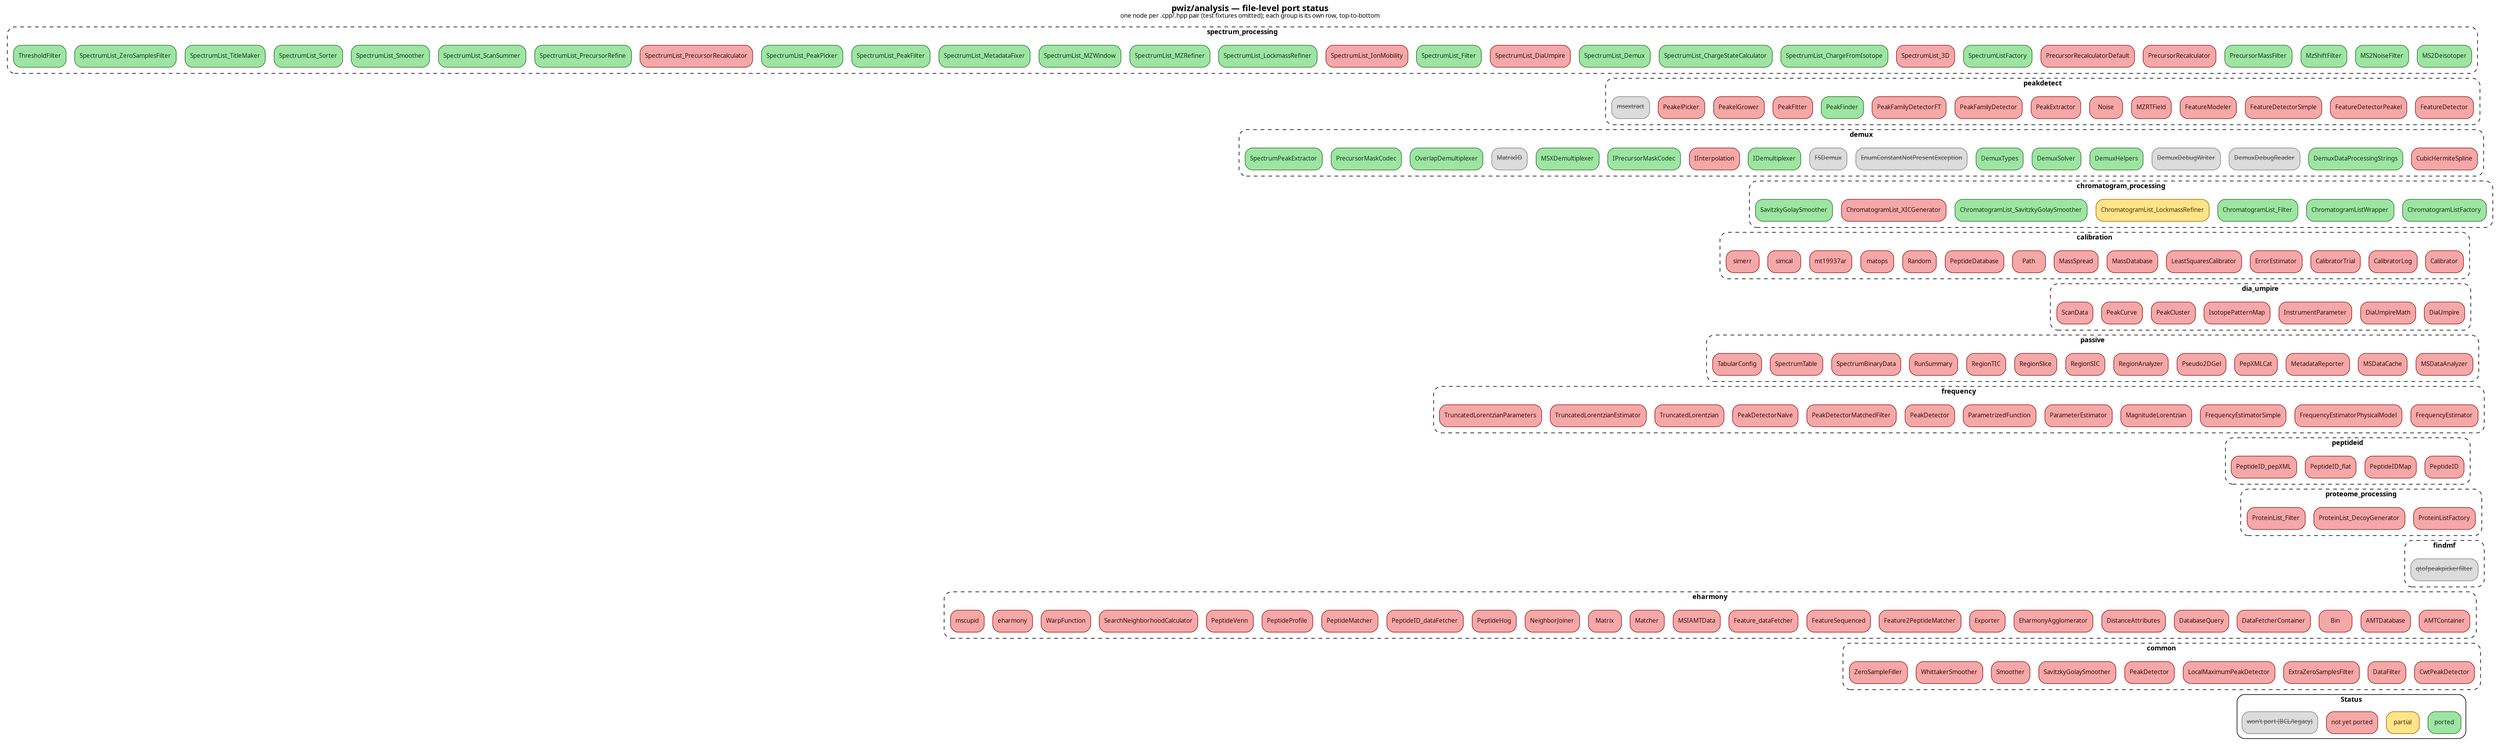
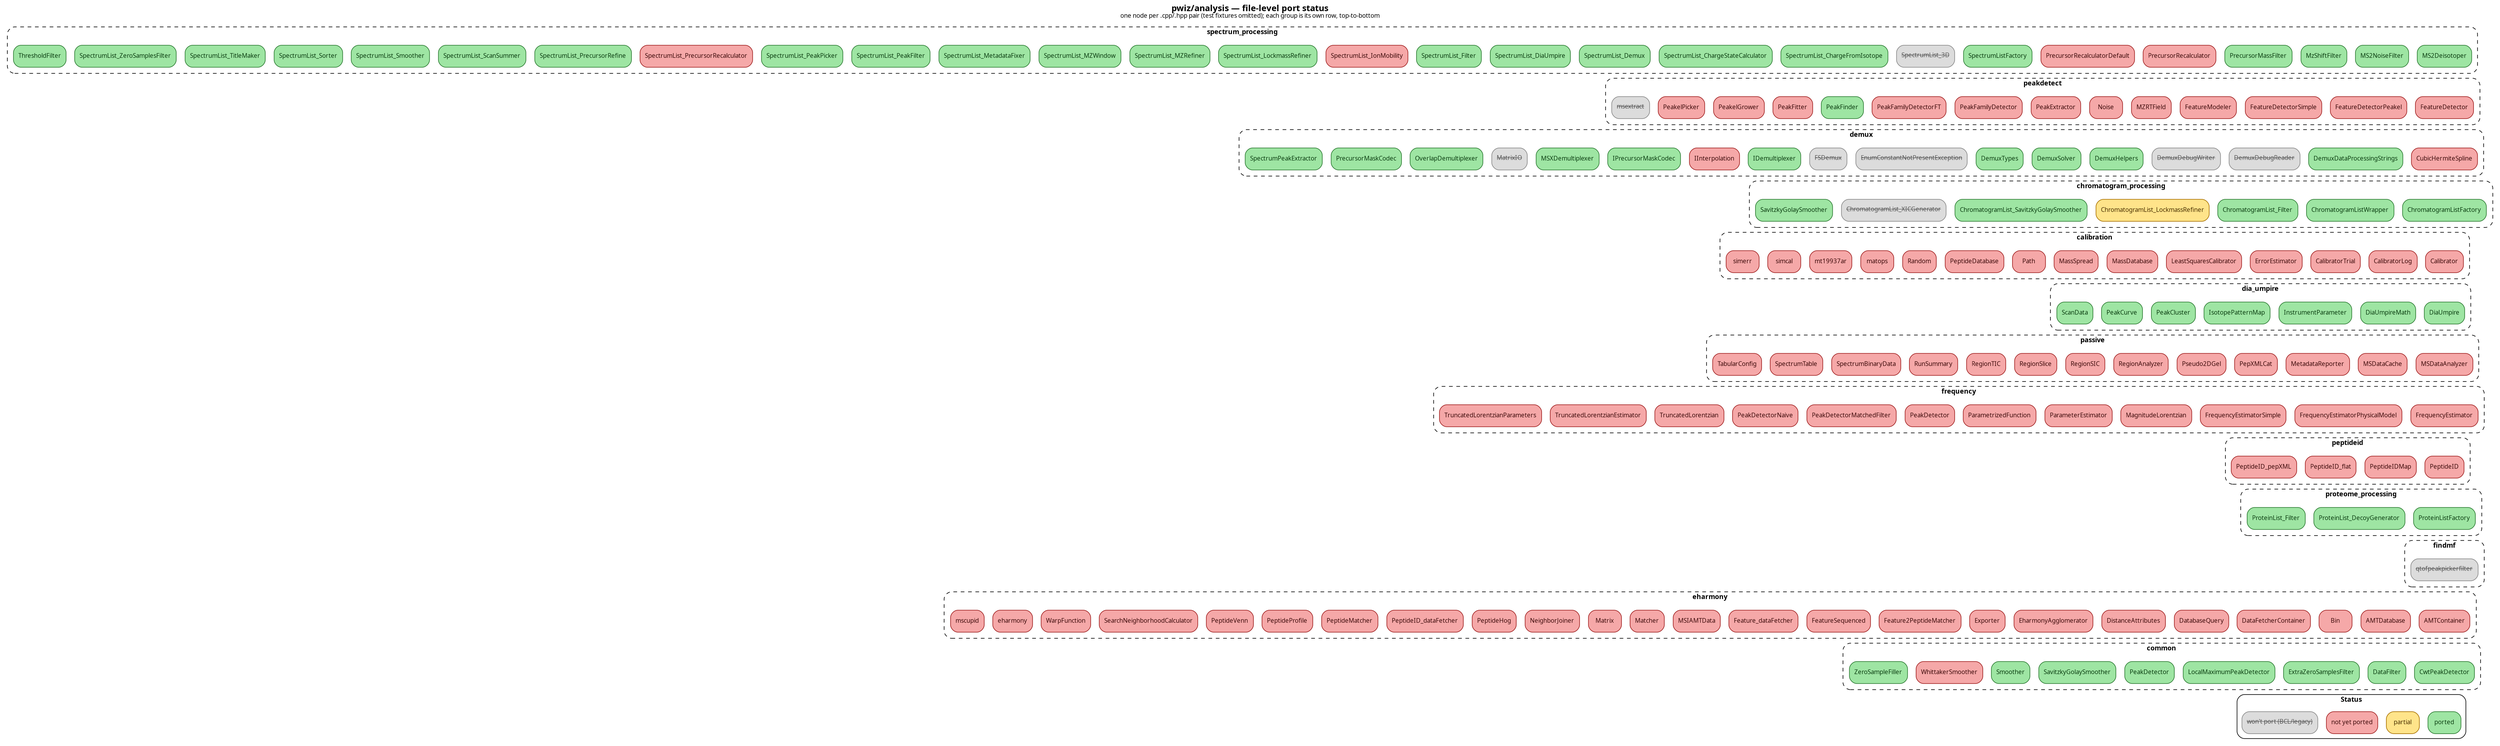
digraph pwiz_module_detail {
  rankdir=TB;
  labelloc=t;
  label=<<b>pwiz/analysis — file-level port status</b><br/><font point-size="10">one node per .cpp/.hpp pair (test fixtures omitted); each group is its own row, top-to-bottom</font>>;
  fontname="Segoe UI";
  node [shape=box, style="filled,rounded", fontname="Segoe UI", fontsize=10];
  edge [color="#444"];
  ranksep=0.6; nodesep=0.2;
  compound=true;
  newrank=true;
  splines=false;
  subgraph cluster_analysis_spectrum_processing {
    label=<<b>spectrum_processing</b>>;
    style="rounded,dashed";
    color="#888";
    fontname="Segoe UI";
    fontsize=11;
    margin=10;
    rank=same;
    n_analysis__spectrum_processing__MS2Deisotoper [label="MS2Deisotoper", fillcolor="#9ee5a3", color="#2c7a32", fontcolor="#0a3d10", tooltip="MS2 isotope-cluster deisotoper. Ported as Analysis/PeakFilters/Ms2Deisotoper.cs.", href="https://github.com/ProteoWizard/pwiz/blob/master/pwiz/analysis/spectrum_processing/MS2Deisotoper.cpp", target="_blank"];
    n_analysis__spectrum_processing__MS2NoiseFilter [label="MS2NoiseFilter", fillcolor="#9ee5a3", color="#2c7a32", fontcolor="#0a3d10", tooltip="MS2 noise-floor trimmer. Ported as Analysis/PeakFilters/Ms2NoiseFilter.cs.", href="https://github.com/ProteoWizard/pwiz/blob/master/pwiz/analysis/spectrum_processing/MS2NoiseFilter.cpp", target="_blank"];
    n_analysis__spectrum_processing__MzShiftFilter [label="MzShiftFilter", fillcolor="#9ee5a3", color="#2c7a32", fontcolor="#0a3d10", tooltip="Apply a constant m/z shift. Ported as Analysis/SpectrumListMzShift.cs.", href="https://github.com/ProteoWizard/pwiz/blob/master/pwiz/analysis/spectrum_processing/MzShiftFilter.cpp", target="_blank"];
    n_analysis__spectrum_processing__PrecursorMassFilter [label="PrecursorMassFilter", fillcolor="#9ee5a3", color="#2c7a32", fontcolor="#0a3d10", tooltip="ETD precursor / charge-reduced / neutral-loss removal. Ported as Analysis/PeakFilters/EtdPrecursorMassFilter.cs.", href="https://github.com/ProteoWizard/pwiz/blob/master/pwiz/analysis/spectrum_processing/PrecursorMassFilter.cpp", target="_blank"];
    n_analysis__spectrum_processing__PrecursorRecalculator [label="PrecursorRecalculator", fillcolor="#f5a8a8", color="#a02020", fontcolor="#3d0a0a", tooltip="Helper for SpectrumList_PrecursorRecalculator. NOT PORTED.", href="https://github.com/ProteoWizard/pwiz/blob/master/pwiz/analysis/spectrum_processing/PrecursorRecalculator.hpp", target="_blank"];
    n_analysis__spectrum_processing__PrecursorRecalculatorDefault [label="PrecursorRecalculatorDefault", fillcolor="#f5a8a8", color="#a02020", fontcolor="#3d0a0a", tooltip="Default precursor-recalc impl. NOT PORTED.", href="https://github.com/ProteoWizard/pwiz/blob/master/pwiz/analysis/spectrum_processing/PrecursorRecalculatorDefault.cpp", target="_blank"];
    n_analysis__spectrum_processing__SpectrumListFactory [label="SpectrumListFactory", fillcolor="#9ee5a3", color="#2c7a32", fontcolor="#0a3d10", tooltip="Filter-spec parser + dispatcher (\"peakPicking true 1-\", \"msLevel 1-2\", etc.).&#10;Ported as Analysis/SpectrumListFactory.cs with the full msconvert filter grammar.", href="https://github.com/ProteoWizard/pwiz/blob/master/pwiz/analysis/spectrum_processing/SpectrumListFactory.cpp", target="_blank"];
-     n_analysis__spectrum_processing__SpectrumList_3D [label="SpectrumList_3D", fillcolor="#f5a8a8", color="#a02020", fontcolor="#3d0a0a", tooltip="3D (m/z, drift-time, intensity) reshaper. NOT PORTED — niche.", href="https://github.com/ProteoWizard/pwiz/blob/master/pwiz/analysis/spectrum_processing/SpectrumList_3D.cpp", target="_blank"];
+     n_analysis__spectrum_processing__SpectrumList_3D [label=<<s>SpectrumList_3D</s>>, fillcolor="#dcdcdc", color="#888888", fontcolor="#555555", tooltip="3D (m/z, drift-time, intensity) reshaper. WON'T PORT — niche, not on the pwiz-sharp roadmap.", href="https://github.com/ProteoWizard/pwiz/blob/master/pwiz/analysis/spectrum_processing/SpectrumList_3D.cpp", target="_blank"];
    n_analysis__spectrum_processing__SpectrumList_ChargeFromIsotope [label="SpectrumList_ChargeFromIsotope", fillcolor="#9ee5a3", color="#2c7a32", fontcolor="#0a3d10", tooltip="Turbocharger — isotope-pattern precursor-charge predictor.&#10;Ported as Analysis/SpectrumList_ChargeFromIsotope.cs with cpp-bit-exact MsvcRand&#10;for pre-simulated distributions + LRU parent-spectrum cache.", href="https://github.com/ProteoWizard/pwiz/blob/master/pwiz/analysis/spectrum_processing/SpectrumList_ChargeFromIsotope.cpp", target="_blank"];
    n_analysis__spectrum_processing__SpectrumList_ChargeStateCalculator [label="SpectrumList_ChargeStateCalculator", fillcolor="#9ee5a3", color="#2c7a32", fontcolor="#0a3d10", tooltip="Heuristic precursor-charge predictor (single-vs-multi, MS1-window based).&#10;Ported as Analysis/SpectrumList_ChargeStateCalculator.cs.", href="https://github.com/ProteoWizard/pwiz/blob/master/pwiz/analysis/spectrum_processing/SpectrumList_ChargeStateCalculator.cpp", target="_blank"];
    n_analysis__spectrum_processing__SpectrumList_Demux [label="SpectrumList_Demux", fillcolor="#9ee5a3", color="#2c7a32", fontcolor="#0a3d10", tooltip="DIA/MSX demultiplexer wrapper. Ported as Analysis/SpectrumListDemux.cs.", href="https://github.com/ProteoWizard/pwiz/blob/master/pwiz/analysis/spectrum_processing/SpectrumList_Demux.cpp", target="_blank"];
-     n_analysis__spectrum_processing__SpectrumList_DiaUmpire [label="SpectrumList_DiaUmpire", fillcolor="#f5a8a8", color="#a02020", fontcolor="#3d0a0a", tooltip="DIA-Umpire MS2 deconvolution. NOT PORTED — ~10k LOC, separate research tool, no current ask.", href="https://github.com/ProteoWizard/pwiz/blob/master/pwiz/analysis/spectrum_processing/SpectrumList_DiaUmpire.cpp", target="_blank"];
+     n_analysis__spectrum_processing__SpectrumList_DiaUmpire [label="SpectrumList_DiaUmpire", fillcolor="#9ee5a3", color="#2c7a32", fontcolor="#0a3d10", tooltip="DIA-Umpire MS2 deconvolution wrapper. Ported as Analysis/DiaUmpire/SpectrumList_DiaUmpire.cs. The full DIA-Umpire algorithm (PeakCluster + PeakCurve + IsotopePatternMap + Config + DiaWindow + DiaUmpireMath + ScanData + InstrumentParameter) lives alongside it under Analysis/DiaUmpire/.", href="https://github.com/ProteoWizard/pwiz/blob/master/pwiz/analysis/spectrum_processing/SpectrumList_DiaUmpire.cpp", target="_blank"];
    n_analysis__spectrum_processing__SpectrumList_Filter [label="SpectrumList_Filter", fillcolor="#9ee5a3", color="#2c7a32", fontcolor="#0a3d10", tooltip="Generic index/scanTime/msLevel/polarity/scanNumber/id predicate filter. Ported as Analysis/SpectrumListFilter.cs.", href="https://github.com/ProteoWizard/pwiz/blob/master/pwiz/analysis/spectrum_processing/SpectrumList_Filter.cpp", target="_blank"];
-     n_analysis__spectrum_processing__SpectrumList_IonMobility [label="SpectrumList_IonMobility", fillcolor="#f5a8a8", color="#a02020", fontcolor="#3d0a0a", tooltip="Ion-mobility CCS calculator filter. NOT PORTED — needs ion-mobility model classes first.", href="https://github.com/ProteoWizard/pwiz/blob/master/pwiz/analysis/spectrum_processing/SpectrumList_IonMobility.cpp", target="_blank"];
+     n_analysis__spectrum_processing__SpectrumList_IonMobility [label="SpectrumList_IonMobility", fillcolor="#f5a8a8", color="#a02020", fontcolor="#3d0a0a", tooltip="Ion-mobility CCS calculator filter. NOT YET PORTED — needs to be ported once an ion-mobility-capable vendor reader needs it; the vendor reader implementations themselves wire in the CCS conversion.", href="https://github.com/ProteoWizard/pwiz/blob/master/pwiz/analysis/spectrum_processing/SpectrumList_IonMobility.cpp", target="_blank"];
    n_analysis__spectrum_processing__SpectrumList_LockmassRefiner [label="SpectrumList_LockmassRefiner", fillcolor="#9ee5a3", color="#2c7a32", fontcolor="#0a3d10", tooltip="Lock-mass m/z correction (Waters Q-TOF use case).&#10;Ported as Analysis/SpectrumList_LockmassRefiner.cs.", href="https://github.com/ProteoWizard/pwiz/blob/master/pwiz/analysis/spectrum_processing/SpectrumList_LockmassRefiner.cpp", target="_blank"];
    n_analysis__spectrum_processing__SpectrumList_MZRefiner [label="SpectrumList_MZRefiner", fillcolor="#9ee5a3", color="#2c7a32", fontcolor="#0a3d10", tooltip="External-search-result-driven m/z recalibration (mzRefiner filter).&#10;Ported as Analysis/SpectrumList_MZRefiner.cs with full cpp parity (7+ stat passes,&#10;polynomial / shift-only / global / per-scan refinement modes).", href="https://github.com/ProteoWizard/pwiz/blob/master/pwiz/analysis/spectrum_processing/SpectrumList_MZRefiner.cpp", target="_blank"];
    n_analysis__spectrum_processing__SpectrumList_MZWindow [label="SpectrumList_MZWindow", fillcolor="#9ee5a3", color="#2c7a32", fontcolor="#0a3d10", tooltip="m/z range window filter. Ported as Analysis/SpectrumListMzWindow.cs.", href="https://github.com/ProteoWizard/pwiz/blob/master/pwiz/analysis/spectrum_processing/SpectrumList_MZWindow.cpp", target="_blank"];
    n_analysis__spectrum_processing__SpectrumList_MetadataFixer [label="SpectrumList_MetadataFixer", fillcolor="#9ee5a3", color="#2c7a32", fontcolor="#0a3d10", tooltip="Re-derive BPI / TIC / scanWindow from peaks. Ported as Analysis/SpectrumListMetadataFixer.cs.", href="https://github.com/ProteoWizard/pwiz/blob/master/pwiz/analysis/spectrum_processing/SpectrumList_MetadataFixer.cpp", target="_blank"];
    n_analysis__spectrum_processing__SpectrumList_PeakFilter [label="SpectrumList_PeakFilter", fillcolor="#9ee5a3", color="#2c7a32", fontcolor="#0a3d10", tooltip="Framework for per-spectrum peak filters (ETD precursor / charge-reduced / neutral-loss). Ported as Analysis/PeakFilters/.", href="https://github.com/ProteoWizard/pwiz/blob/master/pwiz/analysis/spectrum_processing/SpectrumList_PeakFilter.cpp", target="_blank"];
    n_analysis__spectrum_processing__SpectrumList_PeakPicker [label="SpectrumList_PeakPicker", fillcolor="#9ee5a3", color="#2c7a32", fontcolor="#0a3d10", tooltip="Vendor + CWT + local-maximum centroider. Ported as Analysis/SpectrumList_PeakPicker.cs + Analysis/PeakPicking/CwtPeakDetector.cs.", href="https://github.com/ProteoWizard/pwiz/blob/master/pwiz/analysis/spectrum_processing/SpectrumList_PeakPicker.cpp", target="_blank"];
    n_analysis__spectrum_processing__SpectrumList_PrecursorRecalculator [label="SpectrumList_PrecursorRecalculator", fillcolor="#f5a8a8", color="#a02020", fontcolor="#3d0a0a", tooltip="Re-derive precursor m/z from MS1 (older approach than PrecursorRefine). NOT PORTED — superseded.", href="https://github.com/ProteoWizard/pwiz/blob/master/pwiz/analysis/spectrum_processing/SpectrumList_PrecursorRecalculator.cpp", target="_blank"];
    n_analysis__spectrum_processing__SpectrumList_PrecursorRefine [label="SpectrumList_PrecursorRefine", fillcolor="#9ee5a3", color="#2c7a32", fontcolor="#0a3d10", tooltip="Re-derive precursor m/z from peak-fitted MS1. Ported as Analysis/SpectrumList_PrecursorRefine.cs.", href="https://github.com/ProteoWizard/pwiz/blob/master/pwiz/analysis/spectrum_processing/SpectrumList_PrecursorRefine.cpp", target="_blank"];
    n_analysis__spectrum_processing__SpectrumList_ScanSummer [label="SpectrumList_ScanSummer", fillcolor="#9ee5a3", color="#2c7a32", fontcolor="#0a3d10", tooltip="Sum adjacent scans by retention time. Ported as Analysis/SpectrumListScanSummer.cs.", href="https://github.com/ProteoWizard/pwiz/blob/master/pwiz/analysis/spectrum_processing/SpectrumList_ScanSummer.cpp", target="_blank"];
    n_analysis__spectrum_processing__SpectrumList_Smoother [label="SpectrumList_Smoother", fillcolor="#9ee5a3", color="#2c7a32", fontcolor="#0a3d10", tooltip="Savitzky-Golay smoother. Ported as Analysis/SpectrumList_Smoother.cs.", href="https://github.com/ProteoWizard/pwiz/blob/master/pwiz/analysis/spectrum_processing/SpectrumList_Smoother.cpp", target="_blank"];
    n_analysis__spectrum_processing__SpectrumList_Sorter [label="SpectrumList_Sorter", fillcolor="#9ee5a3", color="#2c7a32", fontcolor="#0a3d10", tooltip="Re-sort spectra by scanTime / scanNumber / ID. Ported as Analysis/SpectrumListSorter.cs.", href="https://github.com/ProteoWizard/pwiz/blob/master/pwiz/analysis/spectrum_processing/SpectrumList_Sorter.cpp", target="_blank"];
    n_analysis__spectrum_processing__SpectrumList_TitleMaker [label="SpectrumList_TitleMaker", fillcolor="#9ee5a3", color="#2c7a32", fontcolor="#0a3d10", tooltip="TPP-compatible spectrum-title templater. Ported as Analysis/SpectrumListTitleMaker.cs.", href="https://github.com/ProteoWizard/pwiz/blob/master/pwiz/analysis/spectrum_processing/SpectrumList_TitleMaker.cpp", target="_blank"];
    n_analysis__spectrum_processing__SpectrumList_ZeroSamplesFilter [label="SpectrumList_ZeroSamplesFilter", fillcolor="#9ee5a3", color="#2c7a32", fontcolor="#0a3d10", tooltip="Insert / remove zero-intensity samples around profile peaks. Ported as Analysis/SpectrumListZeroSamplesFilter.cs.", href="https://github.com/ProteoWizard/pwiz/blob/master/pwiz/analysis/spectrum_processing/SpectrumList_ZeroSamplesFilter.cpp", target="_blank"];
    n_analysis__spectrum_processing__ThresholdFilter [label="ThresholdFilter", fillcolor="#9ee5a3", color="#2c7a32", fontcolor="#0a3d10", tooltip="Per-spectrum intensity thresholder (count / count-after-ties / absolute / bpi-relative /&#10;tic-relative / tic-cutoff). Ported as Analysis/ThresholdFilter.cs.", href="https://github.com/ProteoWizard/pwiz/blob/master/pwiz/analysis/spectrum_processing/ThresholdFilter.cpp", target="_blank"];
    n_analysis__spectrum_processing__MS2Deisotoper -> n_analysis__spectrum_processing__MS2NoiseFilter -> n_analysis__spectrum_processing__MzShiftFilter -> n_analysis__spectrum_processing__PrecursorMassFilter -> n_analysis__spectrum_processing__PrecursorRecalculator -> n_analysis__spectrum_processing__PrecursorRecalculatorDefault -> n_analysis__spectrum_processing__SpectrumListFactory -> n_analysis__spectrum_processing__SpectrumList_3D -> n_analysis__spectrum_processing__SpectrumList_ChargeFromIsotope -> n_analysis__spectrum_processing__SpectrumList_ChargeStateCalculator -> n_analysis__spectrum_processing__SpectrumList_Demux -> n_analysis__spectrum_processing__SpectrumList_DiaUmpire -> n_analysis__spectrum_processing__SpectrumList_Filter -> n_analysis__spectrum_processing__SpectrumList_IonMobility -> n_analysis__spectrum_processing__SpectrumList_LockmassRefiner -> n_analysis__spectrum_processing__SpectrumList_MZRefiner -> n_analysis__spectrum_processing__SpectrumList_MZWindow -> n_analysis__spectrum_processing__SpectrumList_MetadataFixer -> n_analysis__spectrum_processing__SpectrumList_PeakFilter -> n_analysis__spectrum_processing__SpectrumList_PeakPicker -> n_analysis__spectrum_processing__SpectrumList_PrecursorRecalculator -> n_analysis__spectrum_processing__SpectrumList_PrecursorRefine -> n_analysis__spectrum_processing__SpectrumList_ScanSummer -> n_analysis__spectrum_processing__SpectrumList_Smoother -> n_analysis__spectrum_processing__SpectrumList_Sorter -> n_analysis__spectrum_processing__SpectrumList_TitleMaker -> n_analysis__spectrum_processing__SpectrumList_ZeroSamplesFilter -> n_analysis__spectrum_processing__ThresholdFilter [style=invis, constraint=false];
  }
  subgraph cluster_analysis_peakdetect {
    label=<<b>peakdetect</b>>;
    style="rounded,dashed";
    color="#888";
    fontname="Segoe UI";
    fontsize=11;
    margin=10;
    rank=same;
    n_analysis__peakdetect__FeatureDetector [label="FeatureDetector", fillcolor="#f5a8a8", color="#a02020", fontcolor="#3d0a0a", tooltip="MS1 feature (peakel) detector. NOT PORTED — research module.", href="https://github.com/ProteoWizard/pwiz/blob/master/pwiz/analysis/peakdetect/FeatureDetector.hpp", target="_blank"];
    n_analysis__peakdetect__FeatureDetectorPeakel [label="FeatureDetectorPeakel", fillcolor="#f5a8a8", color="#a02020", fontcolor="#3d0a0a", tooltip="Peakel-based feature detector. NOT PORTED.", href="https://github.com/ProteoWizard/pwiz/blob/master/pwiz/analysis/peakdetect/FeatureDetectorPeakel.cpp", target="_blank"];
    n_analysis__peakdetect__FeatureDetectorSimple [label="FeatureDetectorSimple", fillcolor="#f5a8a8", color="#a02020", fontcolor="#3d0a0a", tooltip="Greedy feature detector. NOT PORTED.", href="https://github.com/ProteoWizard/pwiz/blob/master/pwiz/analysis/peakdetect/FeatureDetectorSimple.cpp", target="_blank"];
    n_analysis__peakdetect__FeatureModeler [label="FeatureModeler", fillcolor="#f5a8a8", color="#a02020", fontcolor="#3d0a0a", tooltip="Gaussian-mixture model fitter for features. NOT PORTED.", href="https://github.com/ProteoWizard/pwiz/blob/master/pwiz/analysis/peakdetect/FeatureModeler.cpp", target="_blank"];
    n_analysis__peakdetect__MZRTField [label="MZRTField", fillcolor="#f5a8a8", color="#a02020", fontcolor="#3d0a0a", tooltip="(m/z, rt) coordinate type. NOT PORTED.", href="https://github.com/ProteoWizard/pwiz/blob/master/pwiz/analysis/peakdetect/MZRTField.cpp", target="_blank"];
    n_analysis__peakdetect__Noise [label="Noise", fillcolor="#f5a8a8", color="#a02020", fontcolor="#3d0a0a", tooltip="Noise estimation utilities. NOT PORTED.", href="https://github.com/ProteoWizard/pwiz/blob/master/pwiz/analysis/peakdetect/Noise.cpp", target="_blank"];
    n_analysis__peakdetect__PeakExtractor [label="PeakExtractor", fillcolor="#f5a8a8", color="#a02020", fontcolor="#3d0a0a", tooltip="Extract peaks above a noise floor (feature-detector helper). NOT PORTED.", href="https://github.com/ProteoWizard/pwiz/blob/master/pwiz/analysis/peakdetect/PeakExtractor.cpp", target="_blank"];
    n_analysis__peakdetect__PeakFamilyDetector [label="PeakFamilyDetector", fillcolor="#f5a8a8", color="#a02020", fontcolor="#3d0a0a", tooltip="Charge-state-aware peak family grouping. NOT PORTED.", href="https://github.com/ProteoWizard/pwiz/blob/master/pwiz/analysis/peakdetect/PeakFamilyDetector.cpp", target="_blank"];
    n_analysis__peakdetect__PeakFamilyDetectorFT [label="PeakFamilyDetectorFT", fillcolor="#f5a8a8", color="#a02020", fontcolor="#3d0a0a", tooltip="FT-MS-specific peak family detector. NOT PORTED.", href="https://github.com/ProteoWizard/pwiz/blob/master/pwiz/analysis/peakdetect/PeakFamilyDetectorFT.cpp", target="_blank"];
    n_analysis__peakdetect__PeakFinder [label="PeakFinder", fillcolor="#9ee5a3", color="#2c7a32", fontcolor="#0a3d10", tooltip="IPeakDetector + CwtPeakDetector + LocalMaximumPeakDetector.&#10;Ported as Analysis/PeakPicking/IPeakDetector.cs + CwtPeakDetector.cs +&#10;LocalMaximumPeakDetector.cs. Reference test fixtures (CwtPeakDetectorReferenceTests)&#10;run cpp-generated peak data through the C# port for parity.", href="https://github.com/ProteoWizard/pwiz/blob/master/pwiz/analysis/peakdetect/PeakFinder.cpp", target="_blank"];
    n_analysis__peakdetect__PeakFitter [label="PeakFitter", fillcolor="#f5a8a8", color="#a02020", fontcolor="#3d0a0a", tooltip="Per-peak Gaussian/parabola fit. NOT PORTED — only feature-detector consumers use it.", href="https://github.com/ProteoWizard/pwiz/blob/master/pwiz/analysis/peakdetect/PeakFitter.cpp", target="_blank"];
    n_analysis__peakdetect__PeakelGrower [label="PeakelGrower", fillcolor="#f5a8a8", color="#a02020", fontcolor="#3d0a0a", tooltip="Time-extension of MS1 peaks across scans. NOT PORTED.", href="https://github.com/ProteoWizard/pwiz/blob/master/pwiz/analysis/peakdetect/PeakelGrower.cpp", target="_blank"];
    n_analysis__peakdetect__PeakelPicker [label="PeakelPicker", fillcolor="#f5a8a8", color="#a02020", fontcolor="#3d0a0a", tooltip="Peakel selection from candidate set. NOT PORTED.", href="https://github.com/ProteoWizard/pwiz/blob/master/pwiz/analysis/peakdetect/PeakelPicker.cpp", target="_blank"];
    n_analysis__peakdetect__msextract [label=<<s>msextract</s>>, fillcolor="#dcdcdc", color="#888888", fontcolor="#555555", tooltip="CLI driver. SKIPPED.", href="https://github.com/ProteoWizard/pwiz/blob/master/pwiz/analysis/peakdetect/msextract.cpp", target="_blank"];
    n_analysis__peakdetect__FeatureDetector -> n_analysis__peakdetect__FeatureDetectorPeakel -> n_analysis__peakdetect__FeatureDetectorSimple -> n_analysis__peakdetect__FeatureModeler -> n_analysis__peakdetect__MZRTField -> n_analysis__peakdetect__Noise -> n_analysis__peakdetect__PeakExtractor -> n_analysis__peakdetect__PeakFamilyDetector -> n_analysis__peakdetect__PeakFamilyDetectorFT -> n_analysis__peakdetect__PeakFinder -> n_analysis__peakdetect__PeakFitter -> n_analysis__peakdetect__PeakelGrower -> n_analysis__peakdetect__PeakelPicker -> n_analysis__peakdetect__msextract [style=invis, constraint=false];
  }
  subgraph cluster_analysis_demux {
    label=<<b>demux</b>>;
    style="rounded,dashed";
    color="#888";
    fontname="Segoe UI";
    fontsize=11;
    margin=10;
    rank=same;
    n_analysis__demux__CubicHermiteSpline [label="CubicHermiteSpline", fillcolor="#f5a8a8", color="#a02020", fontcolor="#3d0a0a", tooltip="Cubic Hermite interpolation. NOT PORTED — no current consumer in the demux path.", href="https://github.com/ProteoWizard/pwiz/blob/master/pwiz/analysis/demux/CubicHermiteSpline.cpp", target="_blank"];
    n_analysis__demux__DemuxDataProcessingStrings [label="DemuxDataProcessingStrings", fillcolor="#9ee5a3", color="#2c7a32", fontcolor="#0a3d10", tooltip="String constants for DataProcessing entries. Ported inline into DemuxHelpers.cs.", href="https://github.com/ProteoWizard/pwiz/blob/master/pwiz/analysis/demux/DemuxDataProcessingStrings.hpp", target="_blank"];
    n_analysis__demux__DemuxDebugReader [label=<<s>DemuxDebugReader</s>>, fillcolor="#dcdcdc", color="#888888", fontcolor="#555555", tooltip="Debug snapshot reader. SKIPPED.", href="https://github.com/ProteoWizard/pwiz/blob/master/pwiz/analysis/demux/DemuxDebugReader.cpp", target="_blank"];
    n_analysis__demux__DemuxDebugWriter [label=<<s>DemuxDebugWriter</s>>, fillcolor="#dcdcdc", color="#888888", fontcolor="#555555", tooltip="Debug snapshot writer. SKIPPED.", href="https://github.com/ProteoWizard/pwiz/blob/master/pwiz/analysis/demux/DemuxDebugWriter.cpp", target="_blank"];
    n_analysis__demux__DemuxHelpers [label="DemuxHelpers", fillcolor="#9ee5a3", color="#2c7a32", fontcolor="#0a3d10", tooltip="Helper functions for demux scoring/sorting. Ported as Analysis/Demux/DemuxHelpers.cs.", href="https://github.com/ProteoWizard/pwiz/blob/master/pwiz/analysis/demux/DemuxHelpers.cpp", target="_blank"];
    n_analysis__demux__DemuxSolver [label="DemuxSolver", fillcolor="#9ee5a3", color="#2c7a32", fontcolor="#0a3d10", tooltip="Non-negative least-squares (NNLS) solver for DIA demultiplexing.&#10;Ported as Analysis/Demux/DemuxSolver.cs + Nnls.cs (~200 LOC; cpp-bit-equivalent&#10;active-set solver). Optimized with span-based memory access for 4-8x speedup vs&#10;naïve port.", href="https://github.com/ProteoWizard/pwiz/blob/master/pwiz/analysis/demux/DemuxSolver.cpp", target="_blank"];
    n_analysis__demux__DemuxTypes [label="DemuxTypes", fillcolor="#9ee5a3", color="#2c7a32", fontcolor="#0a3d10", tooltip="Common demux types (DemuxWindow, DemuxIsolationWindow). Folded into Analysis/Demux/PrecursorMaskCodec.cs.", href="https://github.com/ProteoWizard/pwiz/blob/master/pwiz/analysis/demux/DemuxTypes.hpp", target="_blank"];
    n_analysis__demux__EnumConstantNotPresentException [label=<<s>EnumConstantNotPresentException</s>>, fillcolor="#dcdcdc", color="#888888", fontcolor="#555555", tooltip="Trivial exception type. SKIPPED.", href="https://github.com/ProteoWizard/pwiz/blob/master/pwiz/analysis/demux/EnumConstantNotPresentException.hpp", target="_blank"];
    n_analysis__demux__FSDemux [label=<<s>FSDemux</s>>, fillcolor="#dcdcdc", color="#888888", fontcolor="#555555", tooltip="Filesystem-backed demux debug mode. SKIPPED.", href="https://github.com/ProteoWizard/pwiz/blob/master/pwiz/analysis/demux/FSDemux.cpp", target="_blank"];
    n_analysis__demux__IDemultiplexer [label="IDemultiplexer", fillcolor="#9ee5a3", color="#2c7a32", fontcolor="#0a3d10", tooltip="IDemultiplexer interface. Ported as Analysis/Demux/IDemultiplexer.cs.", href="https://github.com/ProteoWizard/pwiz/blob/master/pwiz/analysis/demux/IDemultiplexer.hpp", target="_blank"];
    n_analysis__demux__IInterpolation [label="IInterpolation", fillcolor="#f5a8a8", color="#a02020", fontcolor="#3d0a0a", tooltip="Generic interpolator interface. NOT PORTED.", href="https://github.com/ProteoWizard/pwiz/blob/master/pwiz/analysis/demux/IInterpolation.hpp", target="_blank"];
    n_analysis__demux__IPrecursorMaskCodec [label="IPrecursorMaskCodec", fillcolor="#9ee5a3", color="#2c7a32", fontcolor="#0a3d10", tooltip="Header-only interface. Subsumed by PrecursorMaskCodec.cs.", href="https://github.com/ProteoWizard/pwiz/blob/master/pwiz/analysis/demux/IPrecursorMaskCodec.hpp", target="_blank"];
    n_analysis__demux__MSXDemultiplexer [label="MSXDemultiplexer", fillcolor="#9ee5a3", color="#2c7a32", fontcolor="#0a3d10", tooltip="MSX demultiplexer (Thermo MS2 multiplexing). Ported as Analysis/Demux/MsxDemultiplexer.cs.", href="https://github.com/ProteoWizard/pwiz/blob/master/pwiz/analysis/demux/MSXDemultiplexer.cpp", target="_blank"];
    n_analysis__demux__MatrixIO [label=<<s>MatrixIO</s>>, fillcolor="#dcdcdc", color="#888888", fontcolor="#555555", tooltip="Eigen matrix I/O for debug snapshots. SKIPPED.", href="https://github.com/ProteoWizard/pwiz/blob/master/pwiz/analysis/demux/MatrixIO.cpp", target="_blank"];
    n_analysis__demux__OverlapDemultiplexer [label="OverlapDemultiplexer", fillcolor="#9ee5a3", color="#2c7a32", fontcolor="#0a3d10", tooltip="Overlapping-window DIA demultiplexer. Ported as Analysis/Demux/OverlapDemultiplexer.cs.", href="https://github.com/ProteoWizard/pwiz/blob/master/pwiz/analysis/demux/OverlapDemultiplexer.cpp", target="_blank"];
    n_analysis__demux__PrecursorMaskCodec [label="PrecursorMaskCodec", fillcolor="#9ee5a3", color="#2c7a32", fontcolor="#0a3d10", tooltip="Precursor-window indexing codec. Ported as Analysis/Demux/PrecursorMaskCodec.cs.", href="https://github.com/ProteoWizard/pwiz/blob/master/pwiz/analysis/demux/PrecursorMaskCodec.cpp", target="_blank"];
    n_analysis__demux__SpectrumPeakExtractor [label="SpectrumPeakExtractor", fillcolor="#9ee5a3", color="#2c7a32", fontcolor="#0a3d10", tooltip="Per-scan peak extractor for demux input. Ported as Analysis/Demux/SpectrumPeakExtractor.cs.", href="https://github.com/ProteoWizard/pwiz/blob/master/pwiz/analysis/demux/SpectrumPeakExtractor.cpp", target="_blank"];
    n_analysis__demux__CubicHermiteSpline -> n_analysis__demux__DemuxDataProcessingStrings -> n_analysis__demux__DemuxDebugReader -> n_analysis__demux__DemuxDebugWriter -> n_analysis__demux__DemuxHelpers -> n_analysis__demux__DemuxSolver -> n_analysis__demux__DemuxTypes -> n_analysis__demux__EnumConstantNotPresentException -> n_analysis__demux__FSDemux -> n_analysis__demux__IDemultiplexer -> n_analysis__demux__IInterpolation -> n_analysis__demux__IPrecursorMaskCodec -> n_analysis__demux__MSXDemultiplexer -> n_analysis__demux__MatrixIO -> n_analysis__demux__OverlapDemultiplexer -> n_analysis__demux__PrecursorMaskCodec -> n_analysis__demux__SpectrumPeakExtractor [style=invis, constraint=false];
  }
  subgraph cluster_analysis_chromatogram_processing {
    label=<<b>chromatogram_processing</b>>;
    style="rounded,dashed";
    color="#888";
    fontname="Segoe UI";
    fontsize=11;
    margin=10;
    rank=same;
    n_analysis__chromatogram_processing__ChromatogramListFactory [label="ChromatogramListFactory", fillcolor="#9ee5a3", color="#2c7a32", fontcolor="#0a3d10", tooltip="Ported. No per-file detail recorded yet.", href="https://github.com/ProteoWizard/pwiz/blob/master/pwiz/analysis/chromatogram_processing/ChromatogramListFactory.cpp", target="_blank"];
    n_analysis__chromatogram_processing__ChromatogramListWrapper [label="ChromatogramListWrapper", fillcolor="#9ee5a3", color="#2c7a32", fontcolor="#0a3d10", tooltip="Ported. No per-file detail recorded yet.", href="https://github.com/ProteoWizard/pwiz/blob/master/pwiz/analysis/chromatogram_processing/ChromatogramListWrapper.hpp", target="_blank"];
    n_analysis__chromatogram_processing__ChromatogramList_Filter [label="ChromatogramList_Filter", fillcolor="#9ee5a3", color="#2c7a32", fontcolor="#0a3d10", tooltip="Ported. No per-file detail recorded yet.", href="https://github.com/ProteoWizard/pwiz/blob/master/pwiz/analysis/chromatogram_processing/ChromatogramList_Filter.cpp", target="_blank"];
    n_analysis__chromatogram_processing__ChromatogramList_LockmassRefiner [label="ChromatogramList_LockmassRefiner", fillcolor="#ffe48a", color="#a87000", fontcolor="#4a3000", tooltip="Partially ported. No per-file detail recorded yet.", href="https://github.com/ProteoWizard/pwiz/blob/master/pwiz/analysis/chromatogram_processing/ChromatogramList_LockmassRefiner.cpp", target="_blank"];
    n_analysis__chromatogram_processing__ChromatogramList_SavitzkyGolaySmoother [label="ChromatogramList_SavitzkyGolaySmoother", fillcolor="#9ee5a3", color="#2c7a32", fontcolor="#0a3d10", tooltip="Ported. No per-file detail recorded yet.", href="https://github.com/ProteoWizard/pwiz/blob/master/pwiz/analysis/chromatogram_processing/ChromatogramList_SavitzkyGolaySmoother.cpp", target="_blank"];
-     n_analysis__chromatogram_processing__ChromatogramList_XICGenerator [label="ChromatogramList_XICGenerator", fillcolor="#f5a8a8", color="#a02020", fontcolor="#3d0a0a", tooltip="Not yet ported. No specific reason recorded.", href="https://github.com/ProteoWizard/pwiz/blob/master/pwiz/analysis/chromatogram_processing/ChromatogramList_XICGenerator.cpp", target="_blank"];
+     n_analysis__chromatogram_processing__ChromatogramList_XICGenerator [label=<<s>ChromatogramList_XICGenerator</s>>, fillcolor="#dcdcdc", color="#888888", fontcolor="#555555", tooltip="Won't port. No specific replacement recorded.", href="https://github.com/ProteoWizard/pwiz/blob/master/pwiz/analysis/chromatogram_processing/ChromatogramList_XICGenerator.cpp", target="_blank"];
    n_analysis__chromatogram_processing__SavitzkyGolaySmoother [label="SavitzkyGolaySmoother", fillcolor="#9ee5a3", color="#2c7a32", fontcolor="#0a3d10", tooltip="Ported. No per-file detail recorded yet.", href="https://github.com/ProteoWizard/pwiz/blob/master/pwiz/analysis/chromatogram_processing/SavitzkyGolaySmoother.hpp", target="_blank"];
    n_analysis__chromatogram_processing__ChromatogramListFactory -> n_analysis__chromatogram_processing__ChromatogramListWrapper -> n_analysis__chromatogram_processing__ChromatogramList_Filter -> n_analysis__chromatogram_processing__ChromatogramList_LockmassRefiner -> n_analysis__chromatogram_processing__ChromatogramList_SavitzkyGolaySmoother -> n_analysis__chromatogram_processing__ChromatogramList_XICGenerator -> n_analysis__chromatogram_processing__SavitzkyGolaySmoother [style=invis, constraint=false];
  }
  subgraph cluster_analysis_calibration {
    label=<<b>calibration</b>>;
    style="rounded,dashed";
    color="#888";
    fontname="Segoe UI";
    fontsize=11;
    margin=10;
    rank=same;
    n_analysis__calibration__Calibrator [label="Calibrator", fillcolor="#f5a8a8", color="#a02020", fontcolor="#3d0a0a", tooltip="Not yet ported. No specific reason recorded.", href="https://github.com/ProteoWizard/pwiz/blob/master/pwiz/analysis/calibration/Calibrator.cpp", target="_blank"];
    n_analysis__calibration__CalibratorLog [label="CalibratorLog", fillcolor="#f5a8a8", color="#a02020", fontcolor="#3d0a0a", tooltip="Not yet ported. No specific reason recorded.", href="https://github.com/ProteoWizard/pwiz/blob/master/pwiz/analysis/calibration/CalibratorLog.cpp", target="_blank"];
    n_analysis__calibration__CalibratorTrial [label="CalibratorTrial", fillcolor="#f5a8a8", color="#a02020", fontcolor="#3d0a0a", tooltip="Not yet ported. No specific reason recorded.", href="https://github.com/ProteoWizard/pwiz/blob/master/pwiz/analysis/calibration/CalibratorTrial.cpp", target="_blank"];
    n_analysis__calibration__ErrorEstimator [label="ErrorEstimator", fillcolor="#f5a8a8", color="#a02020", fontcolor="#3d0a0a", tooltip="Not yet ported. No specific reason recorded.", href="https://github.com/ProteoWizard/pwiz/blob/master/pwiz/analysis/calibration/ErrorEstimator.cpp", target="_blank"];
    n_analysis__calibration__LeastSquaresCalibrator [label="LeastSquaresCalibrator", fillcolor="#f5a8a8", color="#a02020", fontcolor="#3d0a0a", tooltip="Not yet ported. No specific reason recorded.", href="https://github.com/ProteoWizard/pwiz/blob/master/pwiz/analysis/calibration/LeastSquaresCalibrator.cpp", target="_blank"];
    n_analysis__calibration__MassDatabase [label="MassDatabase", fillcolor="#f5a8a8", color="#a02020", fontcolor="#3d0a0a", tooltip="Not yet ported. No specific reason recorded.", href="https://github.com/ProteoWizard/pwiz/blob/master/pwiz/analysis/calibration/MassDatabase.cpp", target="_blank"];
    n_analysis__calibration__MassSpread [label="MassSpread", fillcolor="#f5a8a8", color="#a02020", fontcolor="#3d0a0a", tooltip="Not yet ported. No specific reason recorded.", href="https://github.com/ProteoWizard/pwiz/blob/master/pwiz/analysis/calibration/MassSpread.cpp", target="_blank"];
    n_analysis__calibration__Path [label="Path", fillcolor="#f5a8a8", color="#a02020", fontcolor="#3d0a0a", tooltip="Not yet ported. No specific reason recorded.", href="https://github.com/ProteoWizard/pwiz/blob/master/pwiz/analysis/calibration/Path.cpp", target="_blank"];
    n_analysis__calibration__PeptideDatabase [label="PeptideDatabase", fillcolor="#f5a8a8", color="#a02020", fontcolor="#3d0a0a", tooltip="Not yet ported. No specific reason recorded.", href="https://github.com/ProteoWizard/pwiz/blob/master/pwiz/analysis/calibration/PeptideDatabase.cpp", target="_blank"];
    n_analysis__calibration__Random [label="Random", fillcolor="#f5a8a8", color="#a02020", fontcolor="#3d0a0a", tooltip="Not yet ported. No specific reason recorded.", href="https://github.com/ProteoWizard/pwiz/blob/master/pwiz/analysis/calibration/Random.cpp", target="_blank"];
    n_analysis__calibration__matops [label="matops", fillcolor="#f5a8a8", color="#a02020", fontcolor="#3d0a0a", tooltip="Not yet ported. No specific reason recorded.", href="https://github.com/ProteoWizard/pwiz/blob/master/pwiz/analysis/calibration/matops.cpp", target="_blank"];
    n_analysis__calibration__mt19937ar [label="mt19937ar", fillcolor="#f5a8a8", color="#a02020", fontcolor="#3d0a0a", tooltip="Not yet ported. No specific reason recorded.", href="https://github.com/ProteoWizard/pwiz/blob/master/pwiz/analysis/calibration/mt19937ar.cpp", target="_blank"];
    n_analysis__calibration__simcal [label="simcal", fillcolor="#f5a8a8", color="#a02020", fontcolor="#3d0a0a", tooltip="Not yet ported. No specific reason recorded.", href="https://github.com/ProteoWizard/pwiz/blob/master/pwiz/analysis/calibration/simcal.cpp", target="_blank"];
    n_analysis__calibration__simerr [label="simerr", fillcolor="#f5a8a8", color="#a02020", fontcolor="#3d0a0a", tooltip="Not yet ported. No specific reason recorded.", href="https://github.com/ProteoWizard/pwiz/blob/master/pwiz/analysis/calibration/simerr.cpp", target="_blank"];
    n_analysis__calibration__Calibrator -> n_analysis__calibration__CalibratorLog -> n_analysis__calibration__CalibratorTrial -> n_analysis__calibration__ErrorEstimator -> n_analysis__calibration__LeastSquaresCalibrator -> n_analysis__calibration__MassDatabase -> n_analysis__calibration__MassSpread -> n_analysis__calibration__Path -> n_analysis__calibration__PeptideDatabase -> n_analysis__calibration__Random -> n_analysis__calibration__matops -> n_analysis__calibration__mt19937ar -> n_analysis__calibration__simcal -> n_analysis__calibration__simerr [style=invis, constraint=false];
  }
  subgraph cluster_analysis_dia_umpire {
    label=<<b>dia_umpire</b>>;
    style="rounded,dashed";
    color="#888";
    fontname="Segoe UI";
    fontsize=11;
    margin=10;
    rank=same;
-     n_analysis__dia_umpire__DiaUmpire [label="DiaUmpire", fillcolor="#f5a8a8", color="#a02020", fontcolor="#3d0a0a", tooltip="Not yet ported. No specific reason recorded.", href="https://github.com/ProteoWizard/pwiz/blob/master/pwiz/analysis/dia_umpire/DiaUmpire.cpp", target="_blank"];
-     n_analysis__dia_umpire__DiaUmpireMath [label="DiaUmpireMath", fillcolor="#f5a8a8", color="#a02020", fontcolor="#3d0a0a", tooltip="Not yet ported. No specific reason recorded.", href="https://github.com/ProteoWizard/pwiz/blob/master/pwiz/analysis/dia_umpire/DiaUmpireMath.hpp", target="_blank"];
-     n_analysis__dia_umpire__InstrumentParameter [label="InstrumentParameter", fillcolor="#f5a8a8", color="#a02020", fontcolor="#3d0a0a", tooltip="Not yet ported. No specific reason recorded.", href="https://github.com/ProteoWizard/pwiz/blob/master/pwiz/analysis/dia_umpire/InstrumentParameter.hpp", target="_blank"];
-     n_analysis__dia_umpire__IsotopePatternMap [label="IsotopePatternMap", fillcolor="#f5a8a8", color="#a02020", fontcolor="#3d0a0a", tooltip="Not yet ported. No specific reason recorded.", href="https://github.com/ProteoWizard/pwiz/blob/master/pwiz/analysis/dia_umpire/IsotopePatternMap.cpp", target="_blank"];
-     n_analysis__dia_umpire__PeakCluster [label="PeakCluster", fillcolor="#f5a8a8", color="#a02020", fontcolor="#3d0a0a", tooltip="Not yet ported. No specific reason recorded.", href="https://github.com/ProteoWizard/pwiz/blob/master/pwiz/analysis/dia_umpire/PeakCluster.hpp", target="_blank"];
-     n_analysis__dia_umpire__PeakCurve [label="PeakCurve", fillcolor="#f5a8a8", color="#a02020", fontcolor="#3d0a0a", tooltip="Not yet ported. No specific reason recorded.", href="https://github.com/ProteoWizard/pwiz/blob/master/pwiz/analysis/dia_umpire/PeakCurve.hpp", target="_blank"];
-     n_analysis__dia_umpire__ScanData [label="ScanData", fillcolor="#f5a8a8", color="#a02020", fontcolor="#3d0a0a", tooltip="Not yet ported. No specific reason recorded.", href="https://github.com/ProteoWizard/pwiz/blob/master/pwiz/analysis/dia_umpire/ScanData.hpp", target="_blank"];
+     n_analysis__dia_umpire__DiaUmpire [label="DiaUmpire", fillcolor="#9ee5a3", color="#2c7a32", fontcolor="#0a3d10", tooltip="Top-level DIA-Umpire orchestrator: builds isotope pattern maps from MS1, groups MS2 fragments into peak clusters, emits pseudo-MS/MS spectra. Ported as Analysis/DiaUmpire/DiaUmpire.cs + SpectrumList_DiaUmpire.cs.", href="https://github.com/ProteoWizard/pwiz/blob/master/pwiz/analysis/dia_umpire/DiaUmpire.cpp", target="_blank"];
+     n_analysis__dia_umpire__DiaUmpireMath [label="DiaUmpireMath", fillcolor="#9ee5a3", color="#2c7a32", fontcolor="#0a3d10", tooltip="Numeric helpers (Gaussian smoothing, derivative, integration) used by the peak-detection passes. Ported as Analysis/DiaUmpire/DiaUmpireMath.cs.", href="https://github.com/ProteoWizard/pwiz/blob/master/pwiz/analysis/dia_umpire/DiaUmpireMath.hpp", target="_blank"];
+     n_analysis__dia_umpire__InstrumentParameter [label="InstrumentParameter", fillcolor="#9ee5a3", color="#2c7a32", fontcolor="#0a3d10", tooltip="Mass-accuracy / resolution tuning parameters consumed by the clusterer. Ported as Analysis/DiaUmpire/InstrumentParameter.cs.", href="https://github.com/ProteoWizard/pwiz/blob/master/pwiz/analysis/dia_umpire/InstrumentParameter.hpp", target="_blank"];
+     n_analysis__dia_umpire__IsotopePatternMap [label="IsotopePatternMap", fillcolor="#9ee5a3", color="#2c7a32", fontcolor="#0a3d10", tooltip="Per-charge averagine isotope-pattern lookup table. Ported as Analysis/DiaUmpire/IsotopePatternMap.cs.", href="https://github.com/ProteoWizard/pwiz/blob/master/pwiz/analysis/dia_umpire/IsotopePatternMap.cpp", target="_blank"];
+     n_analysis__dia_umpire__PeakCluster [label="PeakCluster", fillcolor="#9ee5a3", color="#2c7a32", fontcolor="#0a3d10", tooltip="Grouped peak curves that form one feature (matched MS1 + co-eluting MS2). Ported as Analysis/DiaUmpire/PeakCluster.cs.", href="https://github.com/ProteoWizard/pwiz/blob/master/pwiz/analysis/dia_umpire/PeakCluster.hpp", target="_blank"];
+     n_analysis__dia_umpire__PeakCurve [label="PeakCurve", fillcolor="#9ee5a3", color="#2c7a32", fontcolor="#0a3d10", tooltip="Single-m/z chromatographic peak across consecutive scans — the unit DIA-Umpire clusters. Ported as Analysis/DiaUmpire/PeakCurve.cs.", href="https://github.com/ProteoWizard/pwiz/blob/master/pwiz/analysis/dia_umpire/PeakCurve.hpp", target="_blank"];
+     n_analysis__dia_umpire__ScanData [label="ScanData", fillcolor="#9ee5a3", color="#2c7a32", fontcolor="#0a3d10", tooltip="Per-scan working buffers (mz/intensity arrays, RT, MS level). Ported as Analysis/DiaUmpire/ScanData.cs.", href="https://github.com/ProteoWizard/pwiz/blob/master/pwiz/analysis/dia_umpire/ScanData.hpp", target="_blank"];
    n_analysis__dia_umpire__DiaUmpire -> n_analysis__dia_umpire__DiaUmpireMath -> n_analysis__dia_umpire__InstrumentParameter -> n_analysis__dia_umpire__IsotopePatternMap -> n_analysis__dia_umpire__PeakCluster -> n_analysis__dia_umpire__PeakCurve -> n_analysis__dia_umpire__ScanData [style=invis, constraint=false];
  }
  subgraph cluster_analysis_passive {
    label=<<b>passive</b>>;
    style="rounded,dashed";
    color="#888";
    fontname="Segoe UI";
    fontsize=11;
    margin=10;
    rank=same;
    n_analysis__passive__MSDataAnalyzer [label="MSDataAnalyzer", fillcolor="#f5a8a8", color="#a02020", fontcolor="#3d0a0a", tooltip="Not yet ported. No specific reason recorded.", href="https://github.com/ProteoWizard/pwiz/blob/master/pwiz/analysis/passive/MSDataAnalyzer.cpp", target="_blank"];
    n_analysis__passive__MSDataCache [label="MSDataCache", fillcolor="#f5a8a8", color="#a02020", fontcolor="#3d0a0a", tooltip="Not yet ported. No specific reason recorded.", href="https://github.com/ProteoWizard/pwiz/blob/master/pwiz/analysis/passive/MSDataCache.cpp", target="_blank"];
    n_analysis__passive__MetadataReporter [label="MetadataReporter", fillcolor="#f5a8a8", color="#a02020", fontcolor="#3d0a0a", tooltip="Not yet ported. No specific reason recorded.", href="https://github.com/ProteoWizard/pwiz/blob/master/pwiz/analysis/passive/MetadataReporter.cpp", target="_blank"];
    n_analysis__passive__PepXMLCat [label="PepXMLCat", fillcolor="#f5a8a8", color="#a02020", fontcolor="#3d0a0a", tooltip="Not yet ported. No specific reason recorded.", href="https://github.com/ProteoWizard/pwiz/blob/master/pwiz/analysis/passive/PepXMLCat.cpp", target="_blank"];
    n_analysis__passive__Pseudo2DGel [label="Pseudo2DGel", fillcolor="#f5a8a8", color="#a02020", fontcolor="#3d0a0a", tooltip="Not yet ported. No specific reason recorded.", href="https://github.com/ProteoWizard/pwiz/blob/master/pwiz/analysis/passive/Pseudo2DGel.cpp", target="_blank"];
    n_analysis__passive__RegionAnalyzer [label="RegionAnalyzer", fillcolor="#f5a8a8", color="#a02020", fontcolor="#3d0a0a", tooltip="Not yet ported. No specific reason recorded.", href="https://github.com/ProteoWizard/pwiz/blob/master/pwiz/analysis/passive/RegionAnalyzer.cpp", target="_blank"];
    n_analysis__passive__RegionSIC [label="RegionSIC", fillcolor="#f5a8a8", color="#a02020", fontcolor="#3d0a0a", tooltip="Not yet ported. No specific reason recorded.", href="https://github.com/ProteoWizard/pwiz/blob/master/pwiz/analysis/passive/RegionSIC.cpp", target="_blank"];
    n_analysis__passive__RegionSlice [label="RegionSlice", fillcolor="#f5a8a8", color="#a02020", fontcolor="#3d0a0a", tooltip="Not yet ported. No specific reason recorded.", href="https://github.com/ProteoWizard/pwiz/blob/master/pwiz/analysis/passive/RegionSlice.cpp", target="_blank"];
    n_analysis__passive__RegionTIC [label="RegionTIC", fillcolor="#f5a8a8", color="#a02020", fontcolor="#3d0a0a", tooltip="Not yet ported. No specific reason recorded.", href="https://github.com/ProteoWizard/pwiz/blob/master/pwiz/analysis/passive/RegionTIC.cpp", target="_blank"];
    n_analysis__passive__RunSummary [label="RunSummary", fillcolor="#f5a8a8", color="#a02020", fontcolor="#3d0a0a", tooltip="Not yet ported. No specific reason recorded.", href="https://github.com/ProteoWizard/pwiz/blob/master/pwiz/analysis/passive/RunSummary.cpp", target="_blank"];
    n_analysis__passive__SpectrumBinaryData [label="SpectrumBinaryData", fillcolor="#f5a8a8", color="#a02020", fontcolor="#3d0a0a", tooltip="Not yet ported. No specific reason recorded.", href="https://github.com/ProteoWizard/pwiz/blob/master/pwiz/analysis/passive/SpectrumBinaryData.cpp", target="_blank"];
    n_analysis__passive__SpectrumTable [label="SpectrumTable", fillcolor="#f5a8a8", color="#a02020", fontcolor="#3d0a0a", tooltip="Not yet ported. No specific reason recorded.", href="https://github.com/ProteoWizard/pwiz/blob/master/pwiz/analysis/passive/SpectrumTable.cpp", target="_blank"];
    n_analysis__passive__TabularConfig [label="TabularConfig", fillcolor="#f5a8a8", color="#a02020", fontcolor="#3d0a0a", tooltip="Not yet ported. No specific reason recorded.", href="https://github.com/ProteoWizard/pwiz/blob/master/pwiz/analysis/passive/TabularConfig.cpp", target="_blank"];
    n_analysis__passive__MSDataAnalyzer -> n_analysis__passive__MSDataCache -> n_analysis__passive__MetadataReporter -> n_analysis__passive__PepXMLCat -> n_analysis__passive__Pseudo2DGel -> n_analysis__passive__RegionAnalyzer -> n_analysis__passive__RegionSIC -> n_analysis__passive__RegionSlice -> n_analysis__passive__RegionTIC -> n_analysis__passive__RunSummary -> n_analysis__passive__SpectrumBinaryData -> n_analysis__passive__SpectrumTable -> n_analysis__passive__TabularConfig [style=invis, constraint=false];
  }
  subgraph cluster_analysis_frequency {
    label=<<b>frequency</b>>;
    style="rounded,dashed";
    color="#888";
    fontname="Segoe UI";
    fontsize=11;
    margin=10;
    rank=same;
    n_analysis__frequency__FrequencyEstimator [label="FrequencyEstimator", fillcolor="#f5a8a8", color="#a02020", fontcolor="#3d0a0a", tooltip="Not yet ported. No specific reason recorded.", href="https://github.com/ProteoWizard/pwiz/blob/master/pwiz/analysis/frequency/FrequencyEstimator.hpp", target="_blank"];
    n_analysis__frequency__FrequencyEstimatorPhysicalModel [label="FrequencyEstimatorPhysicalModel", fillcolor="#f5a8a8", color="#a02020", fontcolor="#3d0a0a", tooltip="Not yet ported. No specific reason recorded.", href="https://github.com/ProteoWizard/pwiz/blob/master/pwiz/analysis/frequency/FrequencyEstimatorPhysicalModel.cpp", target="_blank"];
    n_analysis__frequency__FrequencyEstimatorSimple [label="FrequencyEstimatorSimple", fillcolor="#f5a8a8", color="#a02020", fontcolor="#3d0a0a", tooltip="Not yet ported. No specific reason recorded.", href="https://github.com/ProteoWizard/pwiz/blob/master/pwiz/analysis/frequency/FrequencyEstimatorSimple.cpp", target="_blank"];
    n_analysis__frequency__MagnitudeLorentzian [label="MagnitudeLorentzian", fillcolor="#f5a8a8", color="#a02020", fontcolor="#3d0a0a", tooltip="Not yet ported. No specific reason recorded.", href="https://github.com/ProteoWizard/pwiz/blob/master/pwiz/analysis/frequency/MagnitudeLorentzian.cpp", target="_blank"];
    n_analysis__frequency__ParameterEstimator [label="ParameterEstimator", fillcolor="#f5a8a8", color="#a02020", fontcolor="#3d0a0a", tooltip="Not yet ported. No specific reason recorded.", href="https://github.com/ProteoWizard/pwiz/blob/master/pwiz/analysis/frequency/ParameterEstimator.cpp", target="_blank"];
    n_analysis__frequency__ParametrizedFunction [label="ParametrizedFunction", fillcolor="#f5a8a8", color="#a02020", fontcolor="#3d0a0a", tooltip="Not yet ported. No specific reason recorded.", href="https://github.com/ProteoWizard/pwiz/blob/master/pwiz/analysis/frequency/ParametrizedFunction.hpp", target="_blank"];
    n_analysis__frequency__PeakDetector [label="PeakDetector", fillcolor="#f5a8a8", color="#a02020", fontcolor="#3d0a0a", tooltip="Not yet ported. No specific reason recorded.", href="https://github.com/ProteoWizard/pwiz/blob/master/pwiz/analysis/frequency/PeakDetector.hpp", target="_blank"];
    n_analysis__frequency__PeakDetectorMatchedFilter [label="PeakDetectorMatchedFilter", fillcolor="#f5a8a8", color="#a02020", fontcolor="#3d0a0a", tooltip="Not yet ported. No specific reason recorded.", href="https://github.com/ProteoWizard/pwiz/blob/master/pwiz/analysis/frequency/PeakDetectorMatchedFilter.cpp", target="_blank"];
    n_analysis__frequency__PeakDetectorNaive [label="PeakDetectorNaive", fillcolor="#f5a8a8", color="#a02020", fontcolor="#3d0a0a", tooltip="Not yet ported. No specific reason recorded.", href="https://github.com/ProteoWizard/pwiz/blob/master/pwiz/analysis/frequency/PeakDetectorNaive.cpp", target="_blank"];
    n_analysis__frequency__TruncatedLorentzian [label="TruncatedLorentzian", fillcolor="#f5a8a8", color="#a02020", fontcolor="#3d0a0a", tooltip="Not yet ported. No specific reason recorded.", href="https://github.com/ProteoWizard/pwiz/blob/master/pwiz/analysis/frequency/TruncatedLorentzian.cpp", target="_blank"];
    n_analysis__frequency__TruncatedLorentzianEstimator [label="TruncatedLorentzianEstimator", fillcolor="#f5a8a8", color="#a02020", fontcolor="#3d0a0a", tooltip="Not yet ported. No specific reason recorded.", href="https://github.com/ProteoWizard/pwiz/blob/master/pwiz/analysis/frequency/TruncatedLorentzianEstimator.cpp", target="_blank"];
    n_analysis__frequency__TruncatedLorentzianParameters [label="TruncatedLorentzianParameters", fillcolor="#f5a8a8", color="#a02020", fontcolor="#3d0a0a", tooltip="Not yet ported. No specific reason recorded.", href="https://github.com/ProteoWizard/pwiz/blob/master/pwiz/analysis/frequency/TruncatedLorentzianParameters.cpp", target="_blank"];
    n_analysis__frequency__FrequencyEstimator -> n_analysis__frequency__FrequencyEstimatorPhysicalModel -> n_analysis__frequency__FrequencyEstimatorSimple -> n_analysis__frequency__MagnitudeLorentzian -> n_analysis__frequency__ParameterEstimator -> n_analysis__frequency__ParametrizedFunction -> n_analysis__frequency__PeakDetector -> n_analysis__frequency__PeakDetectorMatchedFilter -> n_analysis__frequency__PeakDetectorNaive -> n_analysis__frequency__TruncatedLorentzian -> n_analysis__frequency__TruncatedLorentzianEstimator -> n_analysis__frequency__TruncatedLorentzianParameters [style=invis, constraint=false];
  }
  subgraph cluster_analysis_peptideid {
    label=<<b>peptideid</b>>;
    style="rounded,dashed";
    color="#888";
    fontname="Segoe UI";
    fontsize=11;
    margin=10;
    rank=same;
    n_analysis__peptideid__PeptideID [label="PeptideID", fillcolor="#f5a8a8", color="#a02020", fontcolor="#3d0a0a", tooltip="Not yet ported. No specific reason recorded.", href="https://github.com/ProteoWizard/pwiz/blob/master/pwiz/analysis/peptideid/PeptideID.hpp", target="_blank"];
    n_analysis__peptideid__PeptideIDMap [label="PeptideIDMap", fillcolor="#f5a8a8", color="#a02020", fontcolor="#3d0a0a", tooltip="Not yet ported. No specific reason recorded.", href="https://github.com/ProteoWizard/pwiz/blob/master/pwiz/analysis/peptideid/PeptideIDMap.cpp", target="_blank"];
    n_analysis__peptideid__PeptideID_flat [label="PeptideID_flat", fillcolor="#f5a8a8", color="#a02020", fontcolor="#3d0a0a", tooltip="Not yet ported. No specific reason recorded.", href="https://github.com/ProteoWizard/pwiz/blob/master/pwiz/analysis/peptideid/PeptideID_flat.cpp", target="_blank"];
    n_analysis__peptideid__PeptideID_pepXML [label="PeptideID_pepXML", fillcolor="#f5a8a8", color="#a02020", fontcolor="#3d0a0a", tooltip="Not yet ported. No specific reason recorded.", href="https://github.com/ProteoWizard/pwiz/blob/master/pwiz/analysis/peptideid/PeptideID_pepXML.cpp", target="_blank"];
    n_analysis__peptideid__PeptideID -> n_analysis__peptideid__PeptideIDMap -> n_analysis__peptideid__PeptideID_flat -> n_analysis__peptideid__PeptideID_pepXML [style=invis, constraint=false];
  }
  subgraph cluster_analysis_proteome_processing {
    label=<<b>proteome_processing</b>>;
    style="rounded,dashed";
    color="#888";
    fontname="Segoe UI";
    fontsize=11;
    margin=10;
    rank=same;
-     n_analysis__proteome_processing__ProteinListFactory [label="ProteinListFactory", fillcolor="#f5a8a8", color="#a02020", fontcolor="#3d0a0a", tooltip="Not yet ported. No specific reason recorded.", href="https://github.com/ProteoWizard/pwiz/blob/master/pwiz/analysis/proteome_processing/ProteinListFactory.cpp", target="_blank"];
-     n_analysis__proteome_processing__ProteinList_DecoyGenerator [label="ProteinList_DecoyGenerator", fillcolor="#f5a8a8", color="#a02020", fontcolor="#3d0a0a", tooltip="Not yet ported. No specific reason recorded.", href="https://github.com/ProteoWizard/pwiz/blob/master/pwiz/analysis/proteome_processing/ProteinList_DecoyGenerator.cpp", target="_blank"];
-     n_analysis__proteome_processing__ProteinList_Filter [label="ProteinList_Filter", fillcolor="#f5a8a8", color="#a02020", fontcolor="#3d0a0a", tooltip="Not yet ported. No specific reason recorded.", href="https://github.com/ProteoWizard/pwiz/blob/master/pwiz/analysis/proteome_processing/ProteinList_Filter.cpp", target="_blank"];
+     n_analysis__proteome_processing__ProteinListFactory [label="ProteinListFactory", fillcolor="#9ee5a3", color="#2c7a32", fontcolor="#0a3d10", tooltip="Command-string dispatcher for stacking ProteinList wrappers: `index <int-set>`, `id <file-or-semicolon-list>`, `decoyGenerator <reverse|shuffle[=seed]> <prefix>`. Ported as Analysis/Proteome/ProteinListFactory.cs.", href="https://github.com/ProteoWizard/pwiz/blob/master/pwiz/analysis/proteome_processing/ProteinListFactory.cpp", target="_blank"];
+     n_analysis__proteome_processing__ProteinList_DecoyGenerator [label="ProteinList_DecoyGenerator", fillcolor="#9ee5a3", color="#2c7a32", fontcolor="#0a3d10", tooltip="Doubles a ProteinList by generating decoy proteins (reversed or shuffled sequence) for every target. Find(id) strips the decoy prefix on lookup. Ported as Analysis/Proteome/ProteinList_DecoyGenerator.cs.", href="https://github.com/ProteoWizard/pwiz/blob/master/pwiz/analysis/proteome_processing/ProteinList_DecoyGenerator.cpp", target="_blank"];
+     n_analysis__proteome_processing__ProteinList_Filter [label="ProteinList_Filter", fillcolor="#9ee5a3", color="#2c7a32", fontcolor="#0a3d10", tooltip="Predicate-driven sub-list over a ProteinList; supports IndexSet, IdSet, and arbitrary client predicates. Tribool return type lets predicates request sequence-loading via a retry pass. Ported as Analysis/Proteome/ProteinList_Filter.cs.", href="https://github.com/ProteoWizard/pwiz/blob/master/pwiz/analysis/proteome_processing/ProteinList_Filter.cpp", target="_blank"];
    n_analysis__proteome_processing__ProteinListFactory -> n_analysis__proteome_processing__ProteinList_DecoyGenerator -> n_analysis__proteome_processing__ProteinList_Filter [style=invis, constraint=false];
  }
  subgraph cluster_analysis_findmf {
    label=<<b>findmf</b>>;
    style="rounded,dashed";
    color="#888";
    fontname="Segoe UI";
    fontsize=11;
    margin=10;
    rank=same;
    n_analysis__findmf__qtofpeakpickerfilter [label=<<s>qtofpeakpickerfilter</s>>, fillcolor="#dcdcdc", color="#888888", fontcolor="#555555", tooltip="Won't port. No specific replacement recorded.", href="https://github.com/ProteoWizard/pwiz/blob/master/pwiz/analysis/findmf/qtofpeakpickerfilter.hpp", target="_blank"];
  }
  subgraph cluster_analysis_eharmony {
    label=<<b>eharmony</b>>;
    style="rounded,dashed";
    color="#888";
    fontname="Segoe UI";
    fontsize=11;
    margin=10;
    rank=same;
    n_analysis__eharmony__AMTContainer [label="AMTContainer", fillcolor="#f5a8a8", color="#a02020", fontcolor="#3d0a0a", tooltip="Not yet ported. No specific reason recorded.", href="https://github.com/ProteoWizard/pwiz/blob/master/pwiz/analysis/eharmony/AMTContainer.cpp", target="_blank"];
    n_analysis__eharmony__AMTDatabase [label="AMTDatabase", fillcolor="#f5a8a8", color="#a02020", fontcolor="#3d0a0a", tooltip="Not yet ported. No specific reason recorded.", href="https://github.com/ProteoWizard/pwiz/blob/master/pwiz/analysis/eharmony/AMTDatabase.cpp", target="_blank"];
    n_analysis__eharmony__Bin [label="Bin", fillcolor="#f5a8a8", color="#a02020", fontcolor="#3d0a0a", tooltip="Not yet ported. No specific reason recorded.", href="https://github.com/ProteoWizard/pwiz/blob/master/pwiz/analysis/eharmony/Bin.hpp", target="_blank"];
    n_analysis__eharmony__DataFetcherContainer [label="DataFetcherContainer", fillcolor="#f5a8a8", color="#a02020", fontcolor="#3d0a0a", tooltip="Not yet ported. No specific reason recorded.", href="https://github.com/ProteoWizard/pwiz/blob/master/pwiz/analysis/eharmony/DataFetcherContainer.cpp", target="_blank"];
    n_analysis__eharmony__DatabaseQuery [label="DatabaseQuery", fillcolor="#f5a8a8", color="#a02020", fontcolor="#3d0a0a", tooltip="Not yet ported. No specific reason recorded.", href="https://github.com/ProteoWizard/pwiz/blob/master/pwiz/analysis/eharmony/DatabaseQuery.cpp", target="_blank"];
    n_analysis__eharmony__DistanceAttributes [label="DistanceAttributes", fillcolor="#f5a8a8", color="#a02020", fontcolor="#3d0a0a", tooltip="Not yet ported. No specific reason recorded.", href="https://github.com/ProteoWizard/pwiz/blob/master/pwiz/analysis/eharmony/DistanceAttributes.cpp", target="_blank"];
    n_analysis__eharmony__EharmonyAgglomerator [label="EharmonyAgglomerator", fillcolor="#f5a8a8", color="#a02020", fontcolor="#3d0a0a", tooltip="Not yet ported. No specific reason recorded.", href="https://github.com/ProteoWizard/pwiz/blob/master/pwiz/analysis/eharmony/EharmonyAgglomerator.cpp", target="_blank"];
    n_analysis__eharmony__Exporter [label="Exporter", fillcolor="#f5a8a8", color="#a02020", fontcolor="#3d0a0a", tooltip="Not yet ported. No specific reason recorded.", href="https://github.com/ProteoWizard/pwiz/blob/master/pwiz/analysis/eharmony/Exporter.cpp", target="_blank"];
    n_analysis__eharmony__Feature2PeptideMatcher [label="Feature2PeptideMatcher", fillcolor="#f5a8a8", color="#a02020", fontcolor="#3d0a0a", tooltip="Not yet ported. No specific reason recorded.", href="https://github.com/ProteoWizard/pwiz/blob/master/pwiz/analysis/eharmony/Feature2PeptideMatcher.cpp", target="_blank"];
    n_analysis__eharmony__FeatureSequenced [label="FeatureSequenced", fillcolor="#f5a8a8", color="#a02020", fontcolor="#3d0a0a", tooltip="Not yet ported. No specific reason recorded.", href="https://github.com/ProteoWizard/pwiz/blob/master/pwiz/analysis/eharmony/FeatureSequenced.cpp", target="_blank"];
    n_analysis__eharmony__Feature_dataFetcher [label="Feature_dataFetcher", fillcolor="#f5a8a8", color="#a02020", fontcolor="#3d0a0a", tooltip="Not yet ported. No specific reason recorded.", href="https://github.com/ProteoWizard/pwiz/blob/master/pwiz/analysis/eharmony/Feature_dataFetcher.cpp", target="_blank"];
    n_analysis__eharmony__MSIAMTData [label="MSIAMTData", fillcolor="#f5a8a8", color="#a02020", fontcolor="#3d0a0a", tooltip="Not yet ported. No specific reason recorded.", href="https://github.com/ProteoWizard/pwiz/blob/master/pwiz/analysis/eharmony/MSIAMTData.cpp", target="_blank"];
    n_analysis__eharmony__Matcher [label="Matcher", fillcolor="#f5a8a8", color="#a02020", fontcolor="#3d0a0a", tooltip="Not yet ported. No specific reason recorded.", href="https://github.com/ProteoWizard/pwiz/blob/master/pwiz/analysis/eharmony/Matcher.cpp", target="_blank"];
    n_analysis__eharmony__Matrix [label="Matrix", fillcolor="#f5a8a8", color="#a02020", fontcolor="#3d0a0a", tooltip="Not yet ported. No specific reason recorded.", href="https://github.com/ProteoWizard/pwiz/blob/master/pwiz/analysis/eharmony/Matrix.cpp", target="_blank"];
    n_analysis__eharmony__NeighborJoiner [label="NeighborJoiner", fillcolor="#f5a8a8", color="#a02020", fontcolor="#3d0a0a", tooltip="Not yet ported. No specific reason recorded.", href="https://github.com/ProteoWizard/pwiz/blob/master/pwiz/analysis/eharmony/NeighborJoiner.cpp", target="_blank"];
    n_analysis__eharmony__PeptideHog [label="PeptideHog", fillcolor="#f5a8a8", color="#a02020", fontcolor="#3d0a0a", tooltip="Not yet ported. No specific reason recorded.", href="https://github.com/ProteoWizard/pwiz/blob/master/pwiz/analysis/eharmony/PeptideHog.cpp", target="_blank"];
    n_analysis__eharmony__PeptideID_dataFetcher [label="PeptideID_dataFetcher", fillcolor="#f5a8a8", color="#a02020", fontcolor="#3d0a0a", tooltip="Not yet ported. No specific reason recorded.", href="https://github.com/ProteoWizard/pwiz/blob/master/pwiz/analysis/eharmony/PeptideID_dataFetcher.cpp", target="_blank"];
    n_analysis__eharmony__PeptideMatcher [label="PeptideMatcher", fillcolor="#f5a8a8", color="#a02020", fontcolor="#3d0a0a", tooltip="Not yet ported. No specific reason recorded.", href="https://github.com/ProteoWizard/pwiz/blob/master/pwiz/analysis/eharmony/PeptideMatcher.cpp", target="_blank"];
    n_analysis__eharmony__PeptideProfile [label="PeptideProfile", fillcolor="#f5a8a8", color="#a02020", fontcolor="#3d0a0a", tooltip="Not yet ported. No specific reason recorded.", href="https://github.com/ProteoWizard/pwiz/blob/master/pwiz/analysis/eharmony/PeptideProfile.cpp", target="_blank"];
    n_analysis__eharmony__PeptideVenn [label="PeptideVenn", fillcolor="#f5a8a8", color="#a02020", fontcolor="#3d0a0a", tooltip="Not yet ported. No specific reason recorded.", href="https://github.com/ProteoWizard/pwiz/blob/master/pwiz/analysis/eharmony/PeptideVenn.cpp", target="_blank"];
    n_analysis__eharmony__SearchNeighborhoodCalculator [label="SearchNeighborhoodCalculator", fillcolor="#f5a8a8", color="#a02020", fontcolor="#3d0a0a", tooltip="Not yet ported. No specific reason recorded.", href="https://github.com/ProteoWizard/pwiz/blob/master/pwiz/analysis/eharmony/SearchNeighborhoodCalculator.cpp", target="_blank"];
    n_analysis__eharmony__WarpFunction [label="WarpFunction", fillcolor="#f5a8a8", color="#a02020", fontcolor="#3d0a0a", tooltip="Not yet ported. No specific reason recorded.", href="https://github.com/ProteoWizard/pwiz/blob/master/pwiz/analysis/eharmony/WarpFunction.cpp", target="_blank"];
    n_analysis__eharmony__eharmony [label="eharmony", fillcolor="#f5a8a8", color="#a02020", fontcolor="#3d0a0a", tooltip="Not yet ported. No specific reason recorded.", href="https://github.com/ProteoWizard/pwiz/blob/master/pwiz/analysis/eharmony/eharmony.cpp", target="_blank"];
    n_analysis__eharmony__mscupid [label="mscupid", fillcolor="#f5a8a8", color="#a02020", fontcolor="#3d0a0a", tooltip="Not yet ported. No specific reason recorded.", href="https://github.com/ProteoWizard/pwiz/blob/master/pwiz/analysis/eharmony/mscupid.cpp", target="_blank"];
    n_analysis__eharmony__AMTContainer -> n_analysis__eharmony__AMTDatabase -> n_analysis__eharmony__Bin -> n_analysis__eharmony__DataFetcherContainer -> n_analysis__eharmony__DatabaseQuery -> n_analysis__eharmony__DistanceAttributes -> n_analysis__eharmony__EharmonyAgglomerator -> n_analysis__eharmony__Exporter -> n_analysis__eharmony__Feature2PeptideMatcher -> n_analysis__eharmony__FeatureSequenced -> n_analysis__eharmony__Feature_dataFetcher -> n_analysis__eharmony__MSIAMTData -> n_analysis__eharmony__Matcher -> n_analysis__eharmony__Matrix -> n_analysis__eharmony__NeighborJoiner -> n_analysis__eharmony__PeptideHog -> n_analysis__eharmony__PeptideID_dataFetcher -> n_analysis__eharmony__PeptideMatcher -> n_analysis__eharmony__PeptideProfile -> n_analysis__eharmony__PeptideVenn -> n_analysis__eharmony__SearchNeighborhoodCalculator -> n_analysis__eharmony__WarpFunction -> n_analysis__eharmony__eharmony -> n_analysis__eharmony__mscupid [style=invis, constraint=false];
  }
  subgraph cluster_analysis_common {
    label=<<b>common</b>>;
    style="rounded,dashed";
    color="#888";
    fontname="Segoe UI";
    fontsize=11;
    margin=10;
    rank=same;
-     n_analysis__common__CwtPeakDetector [label="CwtPeakDetector", fillcolor="#f5a8a8", color="#a02020", fontcolor="#3d0a0a", tooltip="Not yet ported. No specific reason recorded.", href="https://github.com/ProteoWizard/pwiz/blob/master/pwiz/analysis/common/CwtPeakDetector.cpp", target="_blank"];
-     n_analysis__common__DataFilter [label="DataFilter", fillcolor="#f5a8a8", color="#a02020", fontcolor="#3d0a0a", tooltip="Not yet ported. No specific reason recorded.", href="https://github.com/ProteoWizard/pwiz/blob/master/pwiz/analysis/common/DataFilter.hpp", target="_blank"];
-     n_analysis__common__ExtraZeroSamplesFilter [label="ExtraZeroSamplesFilter", fillcolor="#f5a8a8", color="#a02020", fontcolor="#3d0a0a", tooltip="Not yet ported. No specific reason recorded.", href="https://github.com/ProteoWizard/pwiz/blob/master/pwiz/analysis/common/ExtraZeroSamplesFilter.cpp", target="_blank"];
-     n_analysis__common__LocalMaximumPeakDetector [label="LocalMaximumPeakDetector", fillcolor="#f5a8a8", color="#a02020", fontcolor="#3d0a0a", tooltip="Not yet ported. No specific reason recorded.", href="https://github.com/ProteoWizard/pwiz/blob/master/pwiz/analysis/common/LocalMaximumPeakDetector.cpp", target="_blank"];
-     n_analysis__common__PeakDetector [label="PeakDetector", fillcolor="#f5a8a8", color="#a02020", fontcolor="#3d0a0a", tooltip="Not yet ported. No specific reason recorded.", href="https://github.com/ProteoWizard/pwiz/blob/master/pwiz/analysis/common/PeakDetector.hpp", target="_blank"];
-     n_analysis__common__SavitzkyGolaySmoother [label="SavitzkyGolaySmoother", fillcolor="#f5a8a8", color="#a02020", fontcolor="#3d0a0a", tooltip="Not yet ported. No specific reason recorded.", href="https://github.com/ProteoWizard/pwiz/blob/master/pwiz/analysis/common/SavitzkyGolaySmoother.cpp", target="_blank"];
-     n_analysis__common__Smoother [label="Smoother", fillcolor="#f5a8a8", color="#a02020", fontcolor="#3d0a0a", tooltip="Not yet ported. No specific reason recorded.", href="https://github.com/ProteoWizard/pwiz/blob/master/pwiz/analysis/common/Smoother.hpp", target="_blank"];
-     n_analysis__common__WhittakerSmoother [label="WhittakerSmoother", fillcolor="#f5a8a8", color="#a02020", fontcolor="#3d0a0a", tooltip="Not yet ported. No specific reason recorded.", href="https://github.com/ProteoWizard/pwiz/blob/master/pwiz/analysis/common/WhittakerSmoother.cpp", target="_blank"];
-     n_analysis__common__ZeroSampleFiller [label="ZeroSampleFiller", fillcolor="#f5a8a8", color="#a02020", fontcolor="#3d0a0a", tooltip="Not yet ported. No specific reason recorded.", href="https://github.com/ProteoWizard/pwiz/blob/master/pwiz/analysis/common/ZeroSampleFiller.cpp", target="_blank"];
+     n_analysis__common__CwtPeakDetector [label="CwtPeakDetector", fillcolor="#9ee5a3", color="#2c7a32", fontcolor="#0a3d10", tooltip="Continuous-wavelet-transform peak detector. Ported as Analysis/PeakPicking/CwtPeakDetector.cs.", href="https://github.com/ProteoWizard/pwiz/blob/master/pwiz/analysis/common/CwtPeakDetector.cpp", target="_blank"];
+     n_analysis__common__DataFilter [label="DataFilter", fillcolor="#9ee5a3", color="#2c7a32", fontcolor="#0a3d10", tooltip="Abstract interface for SpectrumDataFilter + ChromatogramDataFilter. Ported as Analysis/PeakFilters/ISpectrumDataFilter.cs.", href="https://github.com/ProteoWizard/pwiz/blob/master/pwiz/analysis/common/DataFilter.hpp", target="_blank"];
+     n_analysis__common__ExtraZeroSamplesFilter [label="ExtraZeroSamplesFilter", fillcolor="#9ee5a3", color="#2c7a32", fontcolor="#0a3d10", tooltip="Drops / preserves flanking zero samples around peaks (preserveFlankingZeros toggle). Folded inline into Analysis/SpectrumListZeroSamplesFilter.cs.", href="https://github.com/ProteoWizard/pwiz/blob/master/pwiz/analysis/common/ExtraZeroSamplesFilter.cpp", target="_blank"];
+     n_analysis__common__LocalMaximumPeakDetector [label="LocalMaximumPeakDetector", fillcolor="#9ee5a3", color="#2c7a32", fontcolor="#0a3d10", tooltip="Simple local-maximum peak detector. Ported as Analysis/PeakPicking/LocalMaximumPeakDetector.cs.", href="https://github.com/ProteoWizard/pwiz/blob/master/pwiz/analysis/common/LocalMaximumPeakDetector.cpp", target="_blank"];
+     n_analysis__common__PeakDetector [label="PeakDetector", fillcolor="#9ee5a3", color="#2c7a32", fontcolor="#0a3d10", tooltip="Abstract interface + Peak struct for peak detectors. Ported as Analysis/PeakPicking/IPeakDetector.cs.", href="https://github.com/ProteoWizard/pwiz/blob/master/pwiz/analysis/common/PeakDetector.hpp", target="_blank"];
+     n_analysis__common__SavitzkyGolaySmoother [label="SavitzkyGolaySmoother", fillcolor="#9ee5a3", color="#2c7a32", fontcolor="#0a3d10", tooltip="Savitzky-Golay polynomial smoothing. Ported as Analysis/PeakPicking/SavitzkyGolaySmoother.cs (and ChromatogramListSavitzkyGolaySmoother for the chromatogram path).", href="https://github.com/ProteoWizard/pwiz/blob/master/pwiz/analysis/common/SavitzkyGolaySmoother.cpp", target="_blank"];
+     n_analysis__common__Smoother [label="Smoother", fillcolor="#9ee5a3", color="#2c7a32", fontcolor="#0a3d10", tooltip="Abstract interface for 1-D smoothers. Ported as Analysis/PeakPicking/ISmoother.cs.", href="https://github.com/ProteoWizard/pwiz/blob/master/pwiz/analysis/common/Smoother.hpp", target="_blank"];
+     n_analysis__common__WhittakerSmoother [label="WhittakerSmoother", fillcolor="#f5a8a8", color="#a02020", fontcolor="#3d0a0a", tooltip="Whittaker smoothing. NOT PORTED — SeeMS exposes it as a Smoother.Type enum value but the implementation isn't wired through. msconvert defaults to SG so this rarely matters; port when a user asks for it.", href="https://github.com/ProteoWizard/pwiz/blob/master/pwiz/analysis/common/WhittakerSmoother.cpp", target="_blank"];
+     n_analysis__common__ZeroSampleFiller [label="ZeroSampleFiller", fillcolor="#9ee5a3", color="#2c7a32", fontcolor="#0a3d10", tooltip="Inserts zero-intensity samples between m/z gaps so downstream filters see a uniformly-sampled signal. Ported as Analysis/PeakPicking/ZeroSampleFiller.cs.", href="https://github.com/ProteoWizard/pwiz/blob/master/pwiz/analysis/common/ZeroSampleFiller.cpp", target="_blank"];
    n_analysis__common__CwtPeakDetector -> n_analysis__common__DataFilter -> n_analysis__common__ExtraZeroSamplesFilter -> n_analysis__common__LocalMaximumPeakDetector -> n_analysis__common__PeakDetector -> n_analysis__common__SavitzkyGolaySmoother -> n_analysis__common__Smoother -> n_analysis__common__WhittakerSmoother -> n_analysis__common__ZeroSampleFiller [style=invis, constraint=false];
  }
  n_analysis__spectrum_processing__MS2Deisotoper -> n_analysis__peakdetect__FeatureDetector [style=invis, minlen=1];
  n_analysis__peakdetect__FeatureDetector -> n_analysis__demux__CubicHermiteSpline [style=invis, minlen=1];
  n_analysis__demux__CubicHermiteSpline -> n_analysis__chromatogram_processing__ChromatogramListFactory [style=invis, minlen=1];
  n_analysis__chromatogram_processing__ChromatogramListFactory -> n_analysis__calibration__Calibrator [style=invis, minlen=1];
  n_analysis__calibration__Calibrator -> n_analysis__dia_umpire__DiaUmpire [style=invis, minlen=1];
  n_analysis__dia_umpire__DiaUmpire -> n_analysis__passive__MSDataAnalyzer [style=invis, minlen=1];
  n_analysis__passive__MSDataAnalyzer -> n_analysis__frequency__FrequencyEstimator [style=invis, minlen=1];
  n_analysis__frequency__FrequencyEstimator -> n_analysis__peptideid__PeptideID [style=invis, minlen=1];
  n_analysis__peptideid__PeptideID -> n_analysis__proteome_processing__ProteinListFactory [style=invis, minlen=1];
  n_analysis__proteome_processing__ProteinListFactory -> n_analysis__findmf__qtofpeakpickerfilter [style=invis, minlen=1];
  n_analysis__findmf__qtofpeakpickerfilter -> n_analysis__eharmony__AMTContainer [style=invis, minlen=1];
  n_analysis__eharmony__AMTContainer -> n_analysis__common__CwtPeakDetector [style=invis, minlen=1];
  subgraph cluster_legend {
    label=<<b>Status</b>>;
    style="rounded";
    color="#444";
    fontname="Segoe UI";
    fontsize=11;
    margin=8;
    rank=same;
    legend_full [label="ported", fillcolor="#9ee5a3", color="#2c7a32", fontcolor="#0a3d10"];
    legend_partial [label="partial", fillcolor="#ffe48a", color="#a87000", fontcolor="#4a3000"];
    legend_none [label="not yet ported", fillcolor="#f5a8a8", color="#a02020", fontcolor="#3d0a0a"];
    legend_skipped [label=<<s>won't port (BCL/legacy)</s>>, fillcolor="#dcdcdc", color="#888888", fontcolor="#555555"];
    legend_full -> legend_partial -> legend_none -> legend_skipped [style=invis, constraint=false];
  }
  n_analysis__common__CwtPeakDetector -> legend_full [style=invis, minlen=1];
}
